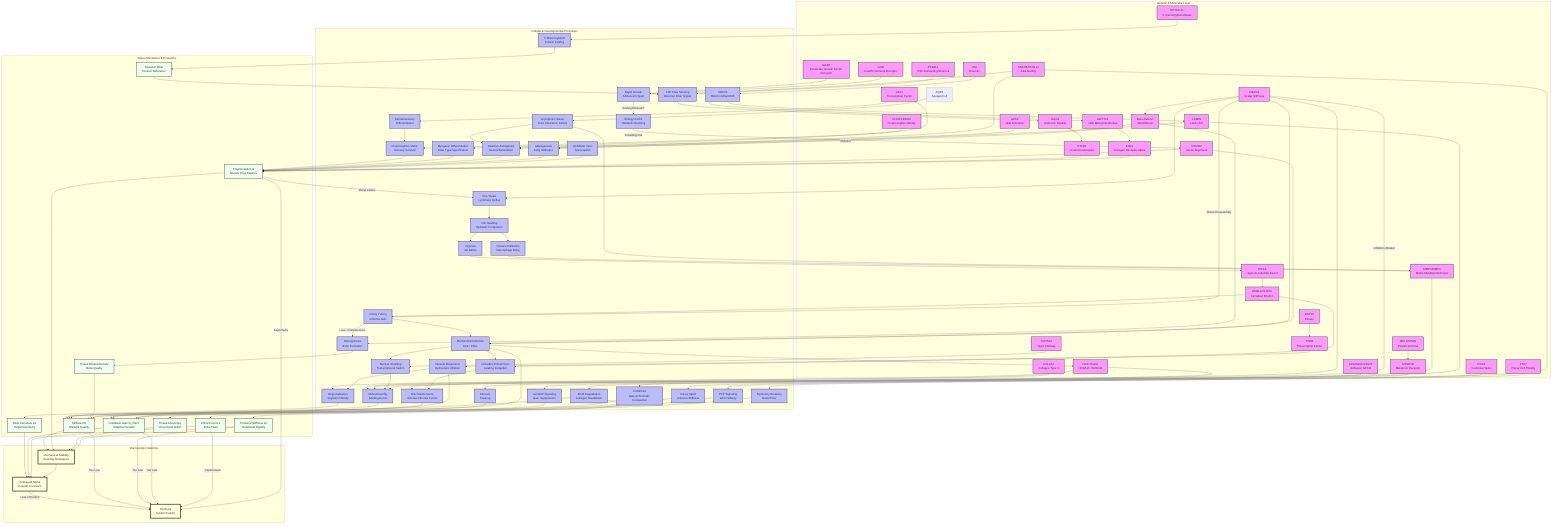
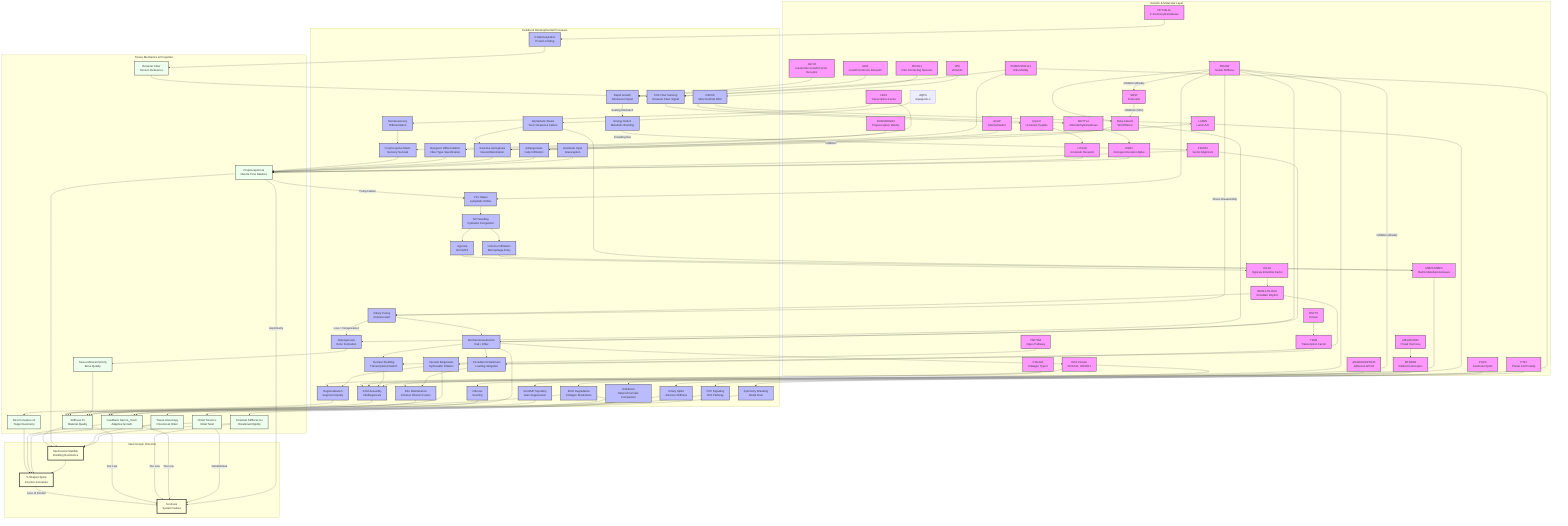
graph TD
    %% Subgraphs for Organization
    subgraph Genetics [Genetic & Molecular Layer]
        HOX[HOX Cluster<br/>HOXA10, HOXD11]
        COL[COL2A1<br/>Collagen Type II]
        PIEZO1[PIEZO1<br/>Scalar Stiffness]
        PIEZO2[PIEZO2<br/>Vector Alignment]
        CILIA[DNAH5/PKD1L1<br/>Cilia Motility]
        LBX1[LBX1<br/>Transcription Factor]
        ADGRG6[ADGRG6/GPR126<br/>Adhesion GPCR]
        PTK7[PTK7<br/>Planar Cell Polarity]
        YAP[YAP/TAZ<br/>Hippo Pathway]
        PKD2L1[PKD2L1<br/>CSF-Contacting Neurons]
        MMP[MMP1/MMP3<br/>Matrix Metalloproteinases]
        URP[Urp1/2<br/>Urotensin Peptide]
        UTS2R[UTS2R<br/>Urotensin Receptor]
        GFAP[GFAP<br/>Glial Activation]
        VIM[VIM<br/>Vimentin]
        LAMIN[LAMIN<br/>Lamin A/C]
        BMAL1[BMAL1/CLOCK<br/>Circadian Rhythm]
        RUNX3[RUNX3/EGR3<br/>Proprioceptive Identity]
        METTL3[METTL3<br/>m6A Methyltransferase]
        ESR1[ESR1<br/>Estrogen Receptor Alpha]
        AQP4[AQP4<br/>Aquaporin-4]
        MELATONIN[MELATONIN<br/>Pineal Hormone]
        MT2[MTNR1B<br/>Melatonin Receptor]
        HIF1A[HIF1A<br/>Hypoxia Inducible Factor]
        POC5[POC5<br/>Centriolar Splint]
        DSTYK[DSTYK<br/>Kinase]
        TFEB[TFEB<br/>Transcription Factor]
        Beta_Catenin[Beta-Catenin<br/>Wnt Effector]
        DPY19L1L[DPY19L1L<br/>C-mannosyltransferase]
        IGF1R[IGF1R<br/>Insulin-like Growth Factor Receptor]
        GHR[GHR<br/>Growth Hormone Receptor]
+         SOST[SOST<br/>Sclerostin]
    end

    subgraph Processes [Cellular & Developmental Processes]
        Astrogliosis[Reactive Astrogliosis<br/>Neuroinflammation]
        Region[Regionalization<br/>Segment Identity]
        ECM_Assembly[ECM Assembly<br/>Fibrillogenesis]
        Nucl_Shuttle[Nuclear Shuttling<br/>Transcriptional Switch]
        Mech_Trans[Mechanotransduction<br/>Ca2+ Influx]
        Sym_Break[Symmetry Breaking<br/>Nodal Flow]
        CSF_Sensing[CSF Flow Sensing<br/>Reissner Fiber Signal]
        Neur_Diff[Somatosensory<br/>Differentiation]
        Muscle_Diff[Myogenic Differentiation<br/>Fiber Type Specification]
        Disc_Maint[Disc Maintenance<br/>Annulus Fibrosis Fusion]
        PCP_Sig[PCP Signaling<br/>Wnt Pathway]
        Degradation[ECM Degradation<br/>Collagen Breakdown]
        mtROS[mtROS<br/>Mitochondrial ROS]
        Adipogenesis[Adipogenesis<br/>Fatty Infiltration]
        Hydraulic_Congestion[IVD Swelling<br/>Hydraulic Congestion]
        Immune_Infilt[Immune Infiltration<br/>Macrophage Entry]
        Circadian_Entrain[Circadian Entrainment<br/>Loading Zeitgeber]
        Proprio_Maint[Proprioceptive Maint.<br/>Sensory Survival]
        H3K9me3[H3K9me3<br/>Heterochromatin Compaction]
        VCL_Stasis[VCL Stasis<br/>Lymphatic Reflux]
        Glymphatic_Stasis[Glymphatic Stasis<br/>Toxic Clearance Failure]
        Vestibular_Input[Vestibular Input<br/>Graviception]
        Gi_cAMP[Gi/cAMP Signaling<br/>Gain Suppression]
        Ciliary_Tuning[Ciliary Tuning<br/>Antenna Gain]
        Hypoxia[Hypoxia<br/>O2 Deficit]
        Osteogenesis[Osteogenesis<br/>Bone Formation]
        Ciliary_Splint[Ciliary Splint<br/>Antenna Stiffness]
        Vacuole_Biogenesis[Vacuole Biogenesis<br/>Hydrostatic Inflation]
        C_Mannosylation[C-Mannosylation<br/>Protein Folding]
        Rapid_Growth[Rapid Growth<br/>Adolescent Spurt]
        Energy_Deficit[Energy Deficit<br/>Metabolic Buckling]
        Fibrosis[Fibrosis<br/>Scarring]
    end

    subgraph Tissue [Tissue Mechanics & Properties]
        Rest_Kappa[Rest Curvature κ0<br/>Target Geometry]
        Stiffness[Stiffness EI<br/>Material Quality]
        Torsional_Stiffness[Torsional Stiffness GJ<br/>Rotational Rigidity]
        Gain[Feedback Gain G_mech<br/>Adaptive Growth]
        Torsion[Chiral Torsion ε<br/>Initial Twist]
        Muscle_Tone[Proprioception &<br/>Muscle Tone Balance]
        Anisotropy[Tissue Anisotropy<br/>Directional Order]
        TMD[Tissue Mineral Density<br/>Bone Quality]
        Reissner_Fiber[Reissner Fiber<br/>Tension Reference]
    end

    subgraph Outcome [Macroscopic Outcome]
        S_Curve[S-Shaped Spine<br/>Counter-Curvature]
        Stability[Mechanical Stability<br/>Buckling Resistance]
        Scoliosis[Scoliosis<br/>System Failure]
    end

    %% Connections
    HOX --> Region
    Region --> Rest_Kappa
    Rest_Kappa --> S_Curve

    COL --> ECM_Assembly
    ECM_Assembly --> Stiffness
    Stiffness --> Stability

    PIEZO1 --> Mech_Trans
    PIEZO2 --> Mech_Trans
    Mech_Trans --> Gain
    Gain --> S_Curve

    %% NEW ARC: Piezo Duality (Vector-Scalar Mismatch)
    PIEZO1 --> ECM_Assembly
    PIEZO2 --> Muscle_Tone

    CILIA --> Sym_Break
    Sym_Break --> Torsion
    Torsion --> S_Curve

    LBX1 --> Neur_Diff
    LBX1 --> Muscle_Diff
    Neur_Diff --> Proprio_Maint
    Proprio_Maint --> Muscle_Tone
    Muscle_Diff --> Muscle_Tone
    Muscle_Tone --> Stability

    %% NEW ARC: Proprioceptive Maintenance
    RUNX3 --> Proprio_Maint

    %% NEW ARC: ADGRG6
    ADGRG6 --> Disc_Maint
    Disc_Maint --> Stiffness

    %% NEW ARC: PTK7
    PTK7 --> PCP_Sig
    PCP_Sig --> Anisotropy
    Anisotropy --> Stability

    %% NEW ARC: YAP/TAZ
    YAP --> Nucl_Shuttle
    Nucl_Shuttle --> ECM_Assembly
    Mech_Trans --> Nucl_Shuttle

    %% NEW ARC: CSF/Reissner Fiber
    CILIA --> CSF_Sensing
    PKD2L1 --> CSF_Sensing
    CSF_Sensing --> URP
    URP --> UTS2R
    UTS2R --> Muscle_Tone

    %% NEW ARC: MMP Degradation
    MMP --> Degradation
    Degradation --> Stiffness

    %% NEW ARC: Neuro-Inflammatory Pathway
    CILIA --> Astrogliosis
    GFAP --> Astrogliosis
    Astrogliosis --> Muscle_Tone

    %% NEW ARC: Vimentin Metabolic Switch
    VIM --> mtROS
    mtROS --> LAMIN
    LAMIN --> Adipogenesis
    Adipogenesis --> Muscle_Tone

    %% NEW ARC: Inflamed Torsion
    Hydraulic_Congestion --> Immune_Infilt
    Immune_Infilt --> MMP
    Degradation --> Torsional_Stiffness
    Torsional_Stiffness --> Stability

    %% NEW ARC: Glymphatic Stasis
    AQP4 --> Glymphatic_Stasis
    Glymphatic_Stasis --> Astrogliosis

    %% NEW ARC: Glymphatic-MMP Axis (Chen et al., 2025)
    Glymphatic_Stasis --> MMP

    %% NEW ARC: Melatonin Gain Control
    MELATONIN --> MT2
    MT2 --> Gi_cAMP
    Gi_cAMP --> Gain

    %% NEW ARC: Vestibular Asymmetry
    Vestibular_Input --> Muscle_Tone

    %% Cross-Talk and Failures
    Stability --> S_Curve
    S_Curve -- "Loss of Control" --> Scoliosis
    Stiffness -- "Too Low" --> Scoliosis
    Torsional_Stiffness -- "Too Low" --> Scoliosis
    Gain -- "Too Low" --> Scoliosis
    Torsion -- "Randomized" --> Scoliosis
    Muscle_Tone -- "Asymmetry" --> Scoliosis

    %% Styling
    classDef gene fill:#f9f,stroke:#333,stroke-width:2px;
    classDef process fill:#bbf,stroke:#333,stroke-width:2px;
    classDef tissue fill:#efe,stroke:#333,stroke-width:2px;
    classDef outcome fill:#ffd,stroke:#333,stroke-width:4px;

    %% NEW ARC: Spinal Jetlag
    BMAL1 --> Circadian_Entrain
    Mech_Trans --> Circadian_Entrain
    Circadian_Entrain --> Disc_Maint

    %% NEW ARC: Tunable Antenna (Miyoshi et al., 2024)
    BMAL1 --> Ciliary_Tuning
    Ciliary_Tuning --> Mech_Trans

    %% NEW ARC: Epigenetic Asymmetry
    mtROS --> METTL3
    METTL3 --> ESR1
    ESR1 --> Muscle_Tone

    %% NEW ARC: Nuclear Stiffness (Scalar Senescence)
    LAMIN --> H3K9me3
    H3K9me3 --> Gain

    %% NEW ARC: Lymphatic Drainage Pathway (VCL)
    Muscle_Tone -- "Pump Failure" --> VCL_Stasis
    VCL_Stasis --> Hydraulic_Congestion

    %% NEW ARC: Hypoxic Clock Block (HIF1A)
    Hydraulic_Congestion --> Hypoxia
    Hypoxia --> HIF1A
    HIF1A --> BMAL1

    %% NEW ARC: Tension-Dependent Identity (HOX)
    Mech_Trans --> HOX
    HOX --> ECM_Assembly

    %% NEW ARC: Bone Mineralization (Ramli et al., 2024)
    %% PIEZO1 --> Osteogenesis (Replaced by BMSC Switch below)
    Osteogenesis --> TMD
    TMD --> Stiffness

    %% NEW ARC: BMSC Fate Switch (Li et al., 2023)
    PIEZO1 --> Beta_Catenin
    Beta_Catenin --> Osteogenesis
    Beta_Catenin -- "Inhibition" --> Adipogenesis

    %% NEW ARC: Centriolar Splint (POC5)
    POC5 --> Ciliary_Splint
    Ciliary_Splint --> Gain

    %% NEW ARC: Hydrostatic Skeleton (DSTYK/TFEB)
    DSTYK --> TFEB
    TFEB --> Vacuole_Biogenesis
    Vacuole_Biogenesis --> Stiffness
    Vacuole_Biogenesis --> Region

    %% NEW ARC: Piezo-Cilia Stress Lock (Chen et al., 2025)
    PIEZO1 -- "Stress Disassembly" --> Ciliary_Tuning
    Ciliary_Tuning -- "Loss = Derepression" --> Osteogenesis

    %% NEW ARC: Sweet String Pathway (DPY19L1L)
    DPY19L1L --> C_Mannosylation
    C_Mannosylation --> Reissner_Fiber
    Reissner_Fiber --> CSF_Sensing

    %% NEW ARC: Metabolic Buckling Pathway
    IGF1R --> Rapid_Growth
    GHR --> Rapid_Growth
    Rapid_Growth -- "Scaling Mismatch" --> Energy_Deficit
    Energy_Deficit -- "Crowding Out" --> PIEZO2

    %% NEW ARC: Piezo-Lymphatic Baroreflex
    PIEZO1 --> VCL_Stasis

    %% NEW ARC: Piezo-Fibrosis Brake (Rashidi et al., 2025)
    PIEZO1 -- "Inhibition (Brake)" --> Fibrosis
    Fibrosis --> Stiffness

-     class HOX,COL,PIEZO1,PIEZO2,CILIA,LBX1,ADGRG6,PTK7,YAP,PKD2L1,MMP,URP,UTS2R,GFAP,VIM,LAMIN,BMAL1,RUNX3,METTL3,ESR1,MELATONIN,MT2,HIF1A,POC5,DSTYK,TFEB,Beta_Catenin,DPY19L1L,IGF1R,GHR gene;
+     %% NEW ARC: Sclerostin Brake (Vasiliadis 2021)
+     PIEZO1 -- "Inhibition (Brake)" --> SOST
+     SOST -- "Inhibition (Wnt)" --> Beta_Catenin
+ 
+     class HOX,COL,PIEZO1,PIEZO2,CILIA,LBX1,ADGRG6,PTK7,YAP,PKD2L1,MMP,URP,UTS2R,GFAP,VIM,LAMIN,BMAL1,RUNX3,METTL3,ESR1,MELATONIN,MT2,HIF1A,POC5,DSTYK,TFEB,Beta_Catenin,DPY19L1L,IGF1R,GHR,SOST gene;
    class Region,ECM_Assembly,Mech_Trans,Sym_Break,Neur_Diff,Muscle_Diff,Disc_Maint,PCP_Sig,Nucl_Shuttle,CSF_Sensing,Degradation,Astrogliosis,mtROS,Adipogenesis,Hydraulic_Congestion,Immune_Infilt,Circadian_Entrain,Proprio_Maint,H3K9me3,VCL_Stasis,Glymphatic_Stasis,Vestibular_Input,Gi_cAMP,Ciliary_Tuning,Hypoxia,Osteogenesis,Ciliary_Splint,Vacuole_Biogenesis,C_Mannosylation,Rapid_Growth,Energy_Deficit,Fibrosis process;
    class Rest_Kappa,Stiffness,Torsional_Stiffness,Gain,Torsion,Muscle_Tone,Anisotropy,TMD,Reissner_Fiber tissue;
    class S_Curve,Stability,Scoliosis outcome;
